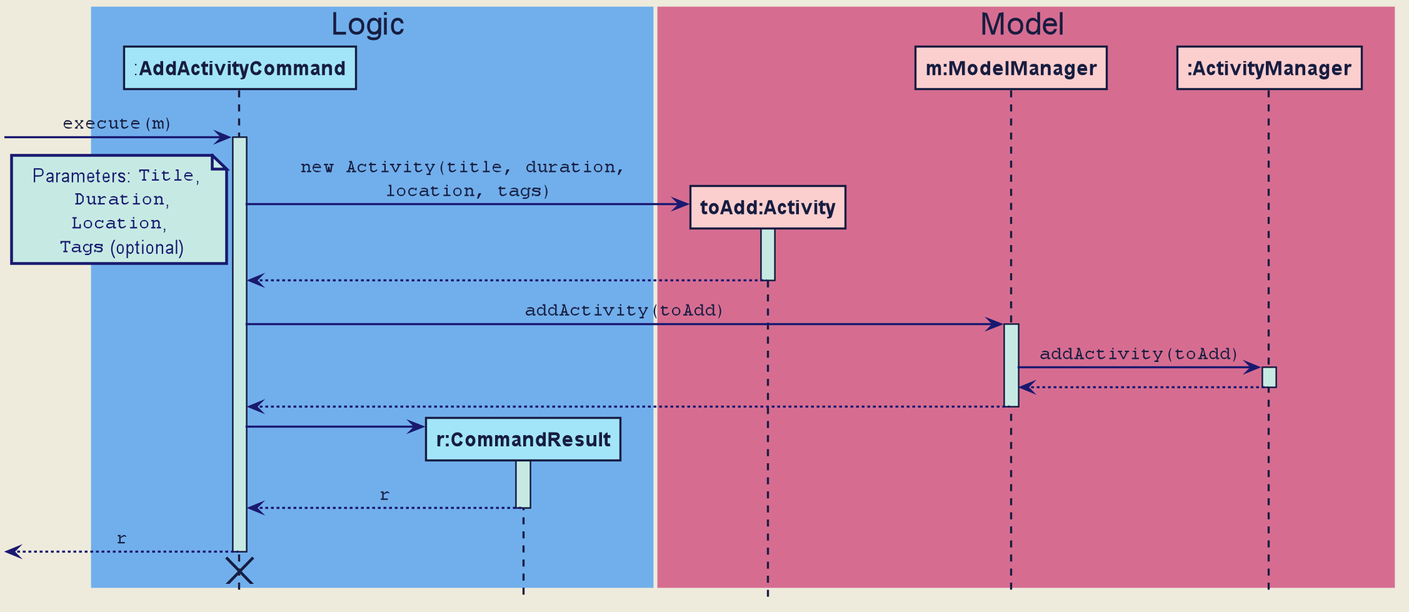
This is docs/images/developer-guide/list-managers/AddActivitySequenceDiagram.png from zenatrick/main, a PlantUML export, as it was before one commit. Source of this version:
```plantuml
@startuml







skinparam BackgroundColor #EEEBDC
skinparam Shadowing false
skinparam MinClassWidth 50
skinparam PackageStyle Rectangle

skinparam Default {
    FontColor #171D40
    FontName Arial
    TextAlignment center
}

skinparam Participant {
    Padding 10
    BorderColor #171D40
}

skinparam Title {
    FontColor #171D40
    FontName Arial
    FontSize 22
}

skinparam Arrow {
    Thickness 1.5
    Color MidNightBlue
}

skinparam Note {
    BackgroundColor #C6EAE3
    FontColor MidNightBlue
    BorderColor MidNightBlue
    BorderThickness 2
}

skinparam Class {
    BorderThickness 1
    BorderColor #171D40
    BackgroundColor #A2E5F9
    AttributeFontColor MidNightBlue
    AttributeIconSize 0
    StereotypeFontColor #171D40
    StereotypeFontStyle normal
    FontName Arial
}

skinparam Object {
    BorderThickness 2
    BorderColor #171D40
    BackgroundColor #C6EAE3
    AttributeFontColor MidNightBlue
    AttributeIconSize 0
    StereotypeFontColor #171D40
    StereotypeFontStyle normal
    FontName Arial
}

skinparam Actor {
    BorderColor #000000
    Color #000000
    FontName Arial
}

skinparam Sequence {
    LifeLineBackgroundColor #C6EAE3
    LifeLineBorderColor #171D40
    LifeLineBorderThickness 1.5
    MessageAlignment center
    SequenceParticipantBorderThickness 10
    ReferenceBackgroundColor #C6EAE3
    ReferenceBorderColor #171D40
    TitleFontColor #171D40
    StereotypeFontStyle normal
    BoxFontSize 22
    BoxFontName Arial
    BoxFontStyle normal
    BoxPadding 0
    BoxBorderColor #EEEBDC
}

skinparam Participant {
    Padding 20
}

skinparam Activity {
    StartColor #171D40
    EndColor #171D40
    BorderThickness 1.5
    BorderColor #171D40
    BackgroundColor #A2E5F9
    DiamondBackgroundColor #A2E5F9
    DiamondBorderColor #171D40
}

hide footbox
hide circle

box Logic #71AFEC
participant ":**AddActivityCommand**" as AddActivityCommand #A2E5F9
participant "**r:CommandResult**" as CommandResult #A2E5F9
end box

box Model #D66D91
participant "**toAdd:Activity**" as Activity #FCCFCF
participant "**m:ModelManager**" as ModelManager #FCCFCF
participant "**:ActivityManager**" as ActivityManager #FCCFCF

end box

[-> AddActivityCommand : ""execute(m)""

create Activity
activate AddActivityCommand
AddActivityCommand -> Activity : ""new Activity(title, duration, ""\n""location, tags)""

activate Activity
note left: Parameters: ""Title"", \n ""Duration"",\n ""Location"", \n ""Tags"" (optional)

Activity --> AddActivityCommand
deactivate Activity

AddActivityCommand -> ModelManager : ""addActivity(toAdd)""
activate ModelManager

ModelManager -> ActivityManager : ""addActivity(toAdd)""
activate ActivityManager

ActivityManager --> ModelManager
deactivate ActivityManager

ModelManager --> AddActivityCommand
deactivate ModelManager


create CommandResult
AddActivityCommand -> CommandResult
activate CommandResult

CommandResult --> AddActivityCommand : ""r""
deactivate CommandResult

[<-- AddActivityCommand : ""r""
deactivate AddActivityCommand

AddActivityCommand -[hidden]> CommandResult
destroy AddActivityCommand
@enduml
```
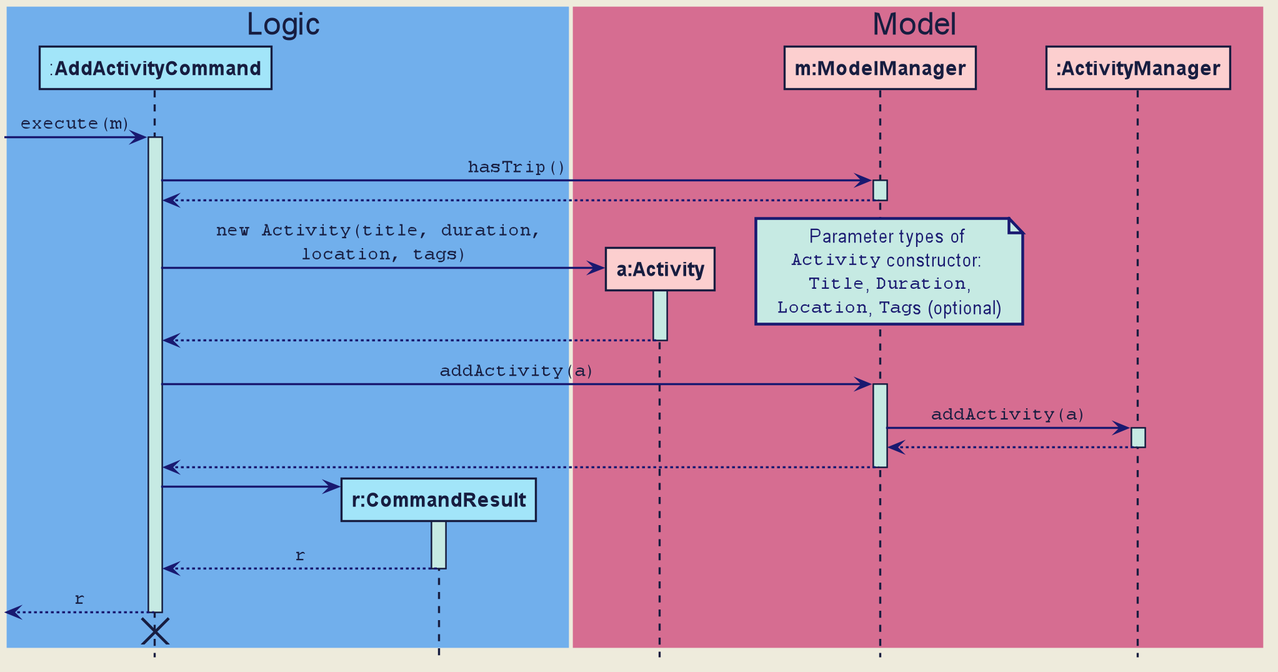
Above is the later version.

Commit message:
Update UML diagrams of List Managers for DG

The edit, as a diff of the source:
```diff
@@ -108,28 +108,38 @@
 end box
 
 box Model #D66D91
-participant "**toAdd:Activity**" as Activity #FCCFCF
+participant "**a:Activity**" as Activity #FCCFCF
 participant "**m:ModelManager**" as ModelManager #FCCFCF
 participant "**:ActivityManager**" as ActivityManager #FCCFCF
 
 end box
 
 [-> AddActivityCommand : ""execute(m)""
+activate AddActivityCommand
+
+AddActivityCommand -> ModelManager : ""hasTrip()""
+activate ModelManager
+
+ModelManager --> AddActivityCommand
+deactivate
 
 create Activity
-activate AddActivityCommand
 AddActivityCommand -> Activity : ""new Activity(title, duration, ""\n""location, tags)""
-
 activate Activity
-note left: Parameters: ""Title"", \n ""Duration"",\n ""Location"", \n ""Tags"" (optional)
+note right
+Parameter types of
+""Activity"" constructor:
+""Title"", ""Duration"",
+""Location"", ""Tag""s (optional)
+end note
 
 Activity --> AddActivityCommand
 deactivate Activity
 
-AddActivityCommand -> ModelManager : ""addActivity(toAdd)""
+AddActivityCommand -> ModelManager : ""addActivity(a)""
 activate ModelManager
 
-ModelManager -> ActivityManager : ""addActivity(toAdd)""
+ModelManager -> ActivityManager : ""addActivity(a)""
 activate ActivityManager
 
 ActivityManager --> ModelManager
```
